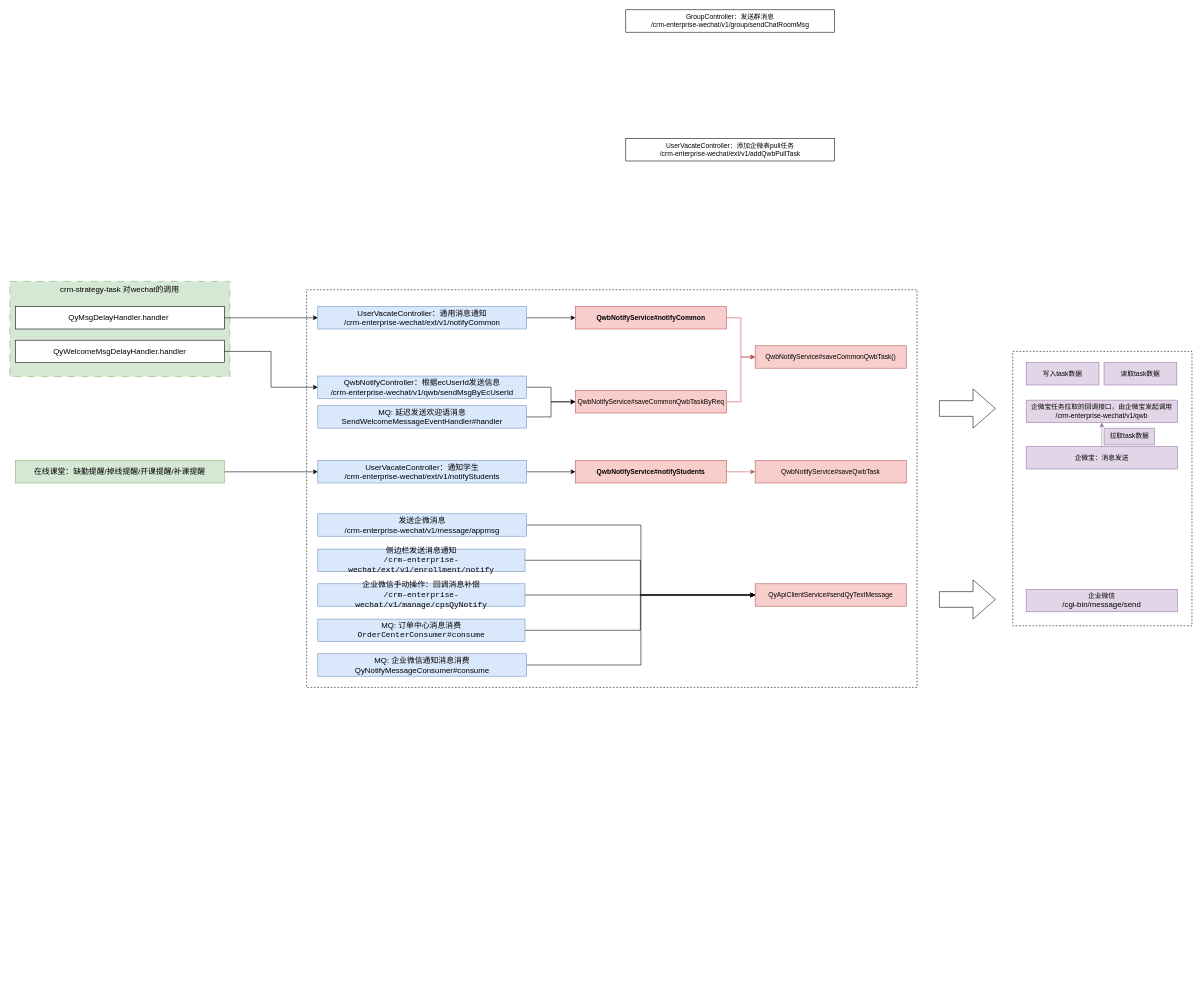
Above: 核桃-企微消息发送总结.drawio in hongweilv-whu/flowCharts (draw.io), before the change. Source tidied: cells renumbered, new cells numbered last; positions are measured from the earlier drawing's top-left corner, leaving out a move shared by most shapes. Both pictures are drawn from the tidied source at 56%, with x=0, y=0 at pixel (10, 10).
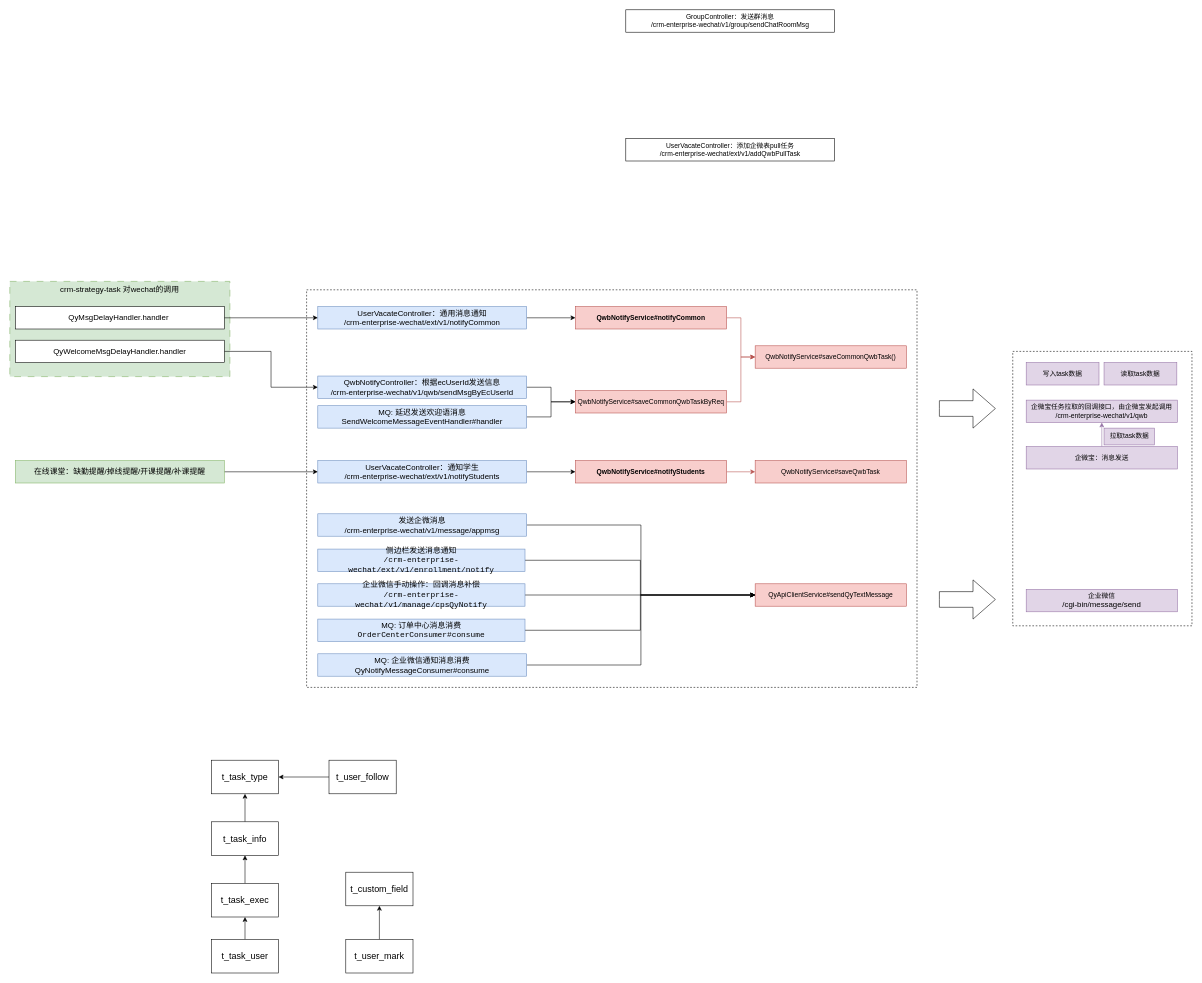
The same diagram, later.

Commit message:
更新核桃-企微消息发送总结.drawio

The edit, as a diff of the source:
```diff
@@
+    <mxCell id="49" value="&lt;font style=&quot;font-size: 16px;&quot;&gt;t_task_type&lt;/font&gt;" style="rounded=0;whiteSpace=wrap;html=1;" parent="1" vertex="1">
+      <mxGeometry x="360" y="1340" width="120" height="60" as="geometry" />
+    </mxCell>
+    <mxCell id="50" style="edgeStyle=orthogonalEdgeStyle;rounded=0;jettySize=auto;html=1;exitX=0.5;exitY=0;exitDx=0;exitDy=0;" parent="1" edge="1" source="51" target="49">
+      <mxGeometry relative="1" as="geometry" />
+    </mxCell>
+    <mxCell id="51" value="&lt;font style=&quot;font-size: 16px;&quot;&gt;t_task_info&lt;/font&gt;" style="rounded=0;whiteSpace=wrap;html=1;" parent="1" vertex="1">
+      <mxGeometry x="360" y="1450" width="120" height="60" as="geometry" />
+    </mxCell>
+    <mxCell id="52" style="edgeStyle=orthogonalEdgeStyle;rounded=0;jettySize=auto;html=1;exitX=0.5;exitY=0;exitDx=0;exitDy=0;entryX=0.5;entryY=1;entryDx=0;entryDy=0;" parent="1" edge="1" source="53" target="51">
+      <mxGeometry relative="1" as="geometry" />
+    </mxCell>
+    <mxCell id="53" value="&lt;font style=&quot;font-size: 16px;&quot;&gt;t_task_exec&lt;/font&gt;" style="rounded=0;whiteSpace=wrap;html=1;" parent="1" vertex="1">
+      <mxGeometry x="360" y="1560" width="120" height="60" as="geometry" />
+    </mxCell>
+    <mxCell id="54" style="edgeStyle=orthogonalEdgeStyle;rounded=0;jettySize=auto;html=1;exitX=0.5;exitY=0;exitDx=0;exitDy=0;entryX=0.5;entryY=1;entryDx=0;entryDy=0;" parent="1" edge="1" source="55" target="53">
+      <mxGeometry relative="1" as="geometry" />
+    </mxCell>
+    <mxCell id="55" value="&lt;font style=&quot;font-size: 16px;&quot;&gt;t_task_user&lt;/font&gt;" style="rounded=0;whiteSpace=wrap;html=1;" parent="1" vertex="1">
+      <mxGeometry x="360" y="1660" width="120" height="60" as="geometry" />
+    </mxCell>
+    <mxCell id="56" style="edgeStyle=orthogonalEdgeStyle;rounded=0;jettySize=auto;html=1;exitX=0.5;exitY=0;exitDx=0;exitDy=0;entryX=0.5;entryY=1;entryDx=0;entryDy=0;" parent="1" edge="1" source="57" target="58">
+      <mxGeometry relative="1" as="geometry" />
+    </mxCell>
+    <mxCell id="57" value="&lt;font style=&quot;font-size: 16px;&quot;&gt;t_user_mark&lt;/font&gt;" style="rounded=0;whiteSpace=wrap;html=1;" parent="1" vertex="1">
+      <mxGeometry x="600" y="1660" width="120" height="60" as="geometry" />
+    </mxCell>
+    <mxCell id="58" value="&lt;font style=&quot;font-size: 16px;&quot;&gt;t_custom_field&lt;/font&gt;" style="rounded=0;whiteSpace=wrap;html=1;" parent="1" vertex="1">
+      <mxGeometry x="600" y="1540" width="120" height="60" as="geometry" />
+    </mxCell>
+    <mxCell id="59" style="edgeStyle=orthogonalEdgeStyle;rounded=0;jettySize=auto;html=1;exitX=0;exitY=0.5;exitDx=0;exitDy=0;" parent="1" edge="1" source="60" target="49">
+      <mxGeometry relative="1" as="geometry" />
+    </mxCell>
+    <mxCell id="60" value="&lt;font style=&quot;font-size: 16px;&quot;&gt;t_user_follow&lt;/font&gt;" style="rounded=0;whiteSpace=wrap;html=1;" parent="1" vertex="1">
+      <mxGeometry x="570" y="1340" width="120" height="60" as="geometry" />
+    </mxCell>
```
